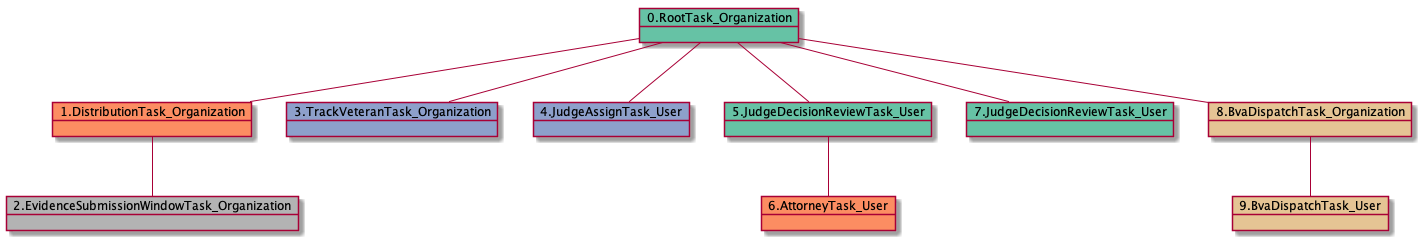
The PlantUML diagram docs-ES/uml/RTO.DTO.ESWTO-15152.png in yoomlam/graphing, before a commit. Its diagram source:
```plantuml
@startuml
object 0.RootTask_Organization #66c2a5
object 1.DistributionTask_Organization #fc8d62
object 2.EvidenceSubmissionWindowTask_Organization #b3b3b3
object 3.TrackVeteranTask_Organization #8da0cb
object 4.JudgeAssignTask_User #8da0cb
object 5.JudgeDecisionReviewTask_User #66c2a5
object 6.AttorneyTask_User #fc8d62
object 7.JudgeDecisionReviewTask_User #66c2a5
object 8.BvaDispatchTask_Organization #e5c494
object 9.BvaDispatchTask_User #e5c494
0.RootTask_Organization -- 1.DistributionTask_Organization
1.DistributionTask_Organization -- 2.EvidenceSubmissionWindowTask_Organization
0.RootTask_Organization -- 3.TrackVeteranTask_Organization
0.RootTask_Organization -- 4.JudgeAssignTask_User
0.RootTask_Organization -- 5.JudgeDecisionReviewTask_User
5.JudgeDecisionReviewTask_User -- 6.AttorneyTask_User
0.RootTask_Organization -- 7.JudgeDecisionReviewTask_User
0.RootTask_Organization -- 8.BvaDispatchTask_Organization
8.BvaDispatchTask_Organization -- 9.BvaDispatchTask_User
@enduml
```
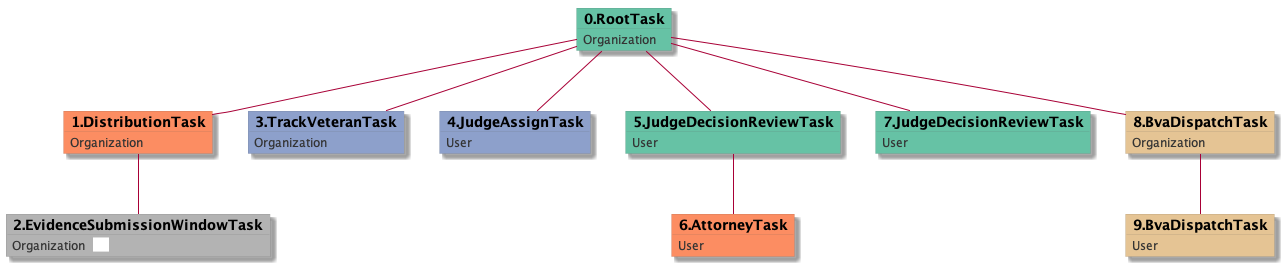
Above is the later version.

Change to the diagram source:
```diff
@@ -1,21 +1,49 @@
 @startuml
-object 0.RootTask_Organization #66c2a5
-object 1.DistributionTask_Organization #fc8d62
-object 2.EvidenceSubmissionWindowTask_Organization #b3b3b3
-object 3.TrackVeteranTask_Organization #8da0cb
-object 4.JudgeAssignTask_User #8da0cb
-object 5.JudgeDecisionReviewTask_User #66c2a5
-object 6.AttorneyTask_User #fc8d62
-object 7.JudgeDecisionReviewTask_User #66c2a5
-object 8.BvaDispatchTask_Organization #e5c494
-object 9.BvaDispatchTask_User #e5c494
-0.RootTask_Organization -- 1.DistributionTask_Organization
-1.DistributionTask_Organization -- 2.EvidenceSubmissionWindowTask_Organization
-0.RootTask_Organization -- 3.TrackVeteranTask_Organization
-0.RootTask_Organization -- 4.JudgeAssignTask_User
-0.RootTask_Organization -- 5.JudgeDecisionReviewTask_User
-5.JudgeDecisionReviewTask_User -- 6.AttorneyTask_User
-0.RootTask_Organization -- 7.JudgeDecisionReviewTask_User
-0.RootTask_Organization -- 8.BvaDispatchTask_Organization
-8.BvaDispatchTask_Organization -- 9.BvaDispatchTask_User
+skinparam {
+  ObjectBorderColor #555
+  ObjectBorderThickness 0
+  ObjectFontStyle bold
+  ObjectFontSize 14
+  ObjectAttributeFontColor #333
+  ObjectAttributeFontSize 12
+}
+  object 0.RootTask #66c2a5 {
+Organization
+}
+  object 1.DistributionTask #fc8d62 {
+Organization
+}
+  object 2.EvidenceSubmissionWindowTask #b3b3b3 {
+Organization  <back:white>    </back>
+}
+  object 3.TrackVeteranTask #8da0cb {
+Organization
+}
+  object 4.JudgeAssignTask #8da0cb {
+User
+}
+  object 5.JudgeDecisionReviewTask #66c2a5 {
+User
+}
+  object 6.AttorneyTask #fc8d62 {
+User
+}
+  object 7.JudgeDecisionReviewTask #66c2a5 {
+User
+}
+  object 8.BvaDispatchTask #e5c494 {
+Organization
+}
+  object 9.BvaDispatchTask #e5c494 {
+User
+}
+0.RootTask -- 1.DistributionTask
+1.DistributionTask -- 2.EvidenceSubmissionWindowTask
+0.RootTask -- 3.TrackVeteranTask
+0.RootTask -- 4.JudgeAssignTask
+0.RootTask -- 5.JudgeDecisionReviewTask
+5.JudgeDecisionReviewTask -- 6.AttorneyTask
+0.RootTask -- 7.JudgeDecisionReviewTask
+0.RootTask -- 8.BvaDispatchTask
+8.BvaDispatchTask -- 9.BvaDispatchTask
 @enduml
```
